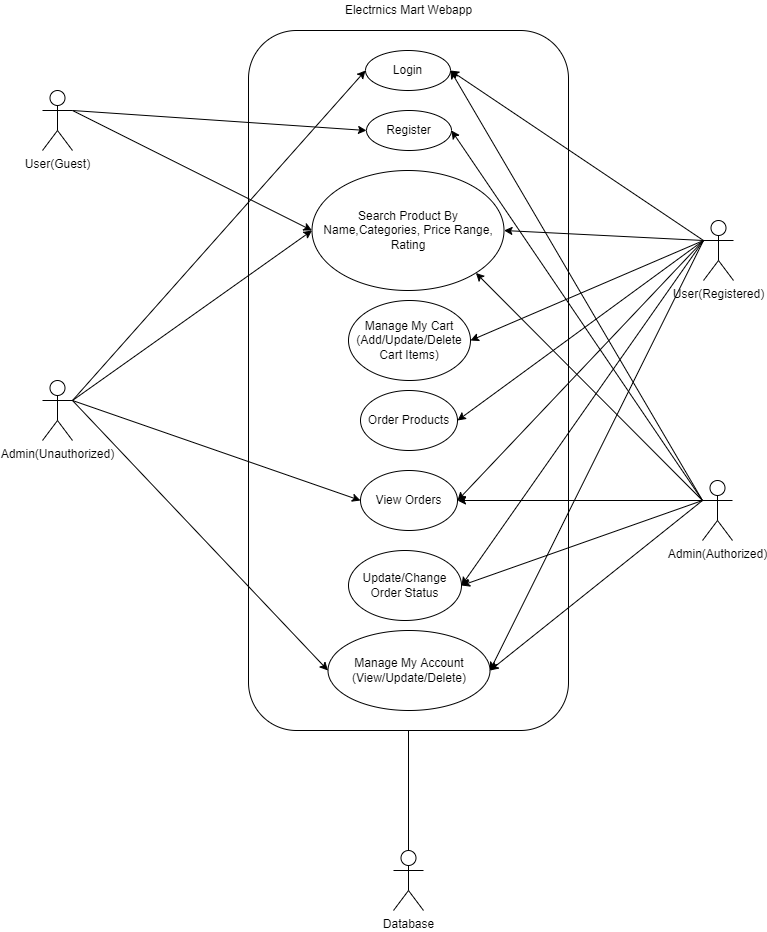
The draw.io diagram Use case diagram/UseCase v1.0.png in mohitleo03/Software-Engineering-Project-Management, before a commit. Source tidied: cells renumbered, new cells last; positions are measured from the earlier drawing's top-left corner, leaving out a move shared by most shapes.
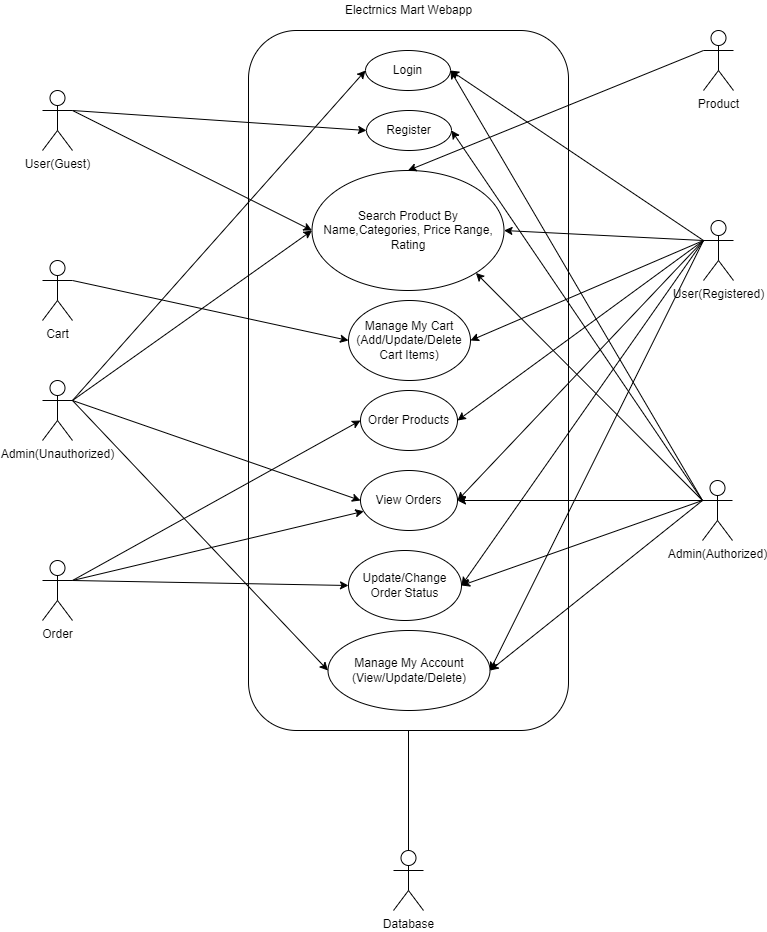
After the change.

The edit, as a diff of the source:
```diff
@@ -107,5 +107,29 @@
     <mxCell id="36" style="endArrow=none;html=1;rounded=0;entryX=0.5;entryY=1;entryDx=0;entryDy=0;exitX=0.5;exitY=0;exitDx=0;exitDy=0;exitPerimeter=0;" parent="1" edge="1" source="16" target="2">
       <mxGeometry relative="1" as="geometry" />
     </mxCell>
+    <mxCell id="37" value="Product" style="shape=umlActor;verticalLabelPosition=bottom;verticalAlign=top;html=1;outlineConnect=0;" parent="1" vertex="1">
+      <mxGeometry x="661" y="30" width="30" height="60" as="geometry" />
+    </mxCell>
+    <mxCell id="38" style="endArrow=classic;html=1;rounded=0;exitX=0;exitY=0.3333333333333333;exitDx=0;exitDy=0;exitPerimeter=0;entryX=0.5;entryY=0;entryDx=0;entryDy=0;" parent="1" edge="1" source="37" target="6">
+      <mxGeometry relative="1" as="geometry" />
+    </mxCell>
+    <mxCell id="39" value="Cart" style="shape=umlActor;verticalLabelPosition=bottom;verticalAlign=top;html=1;outlineConnect=0;" parent="1" vertex="1">
+      <mxGeometry y="260" width="30" height="60" as="geometry" />
+    </mxCell>
+    <mxCell id="40" style="endArrow=classic;html=1;rounded=0;exitX=1;exitY=0.3333333333333333;exitDx=0;exitDy=0;exitPerimeter=0;entryX=0;entryY=0.5;entryDx=0;entryDy=0;" parent="1" edge="1" source="39" target="15">
+      <mxGeometry relative="1" as="geometry" />
+    </mxCell>
+    <mxCell id="41" value="Order" style="shape=umlActor;verticalLabelPosition=bottom;verticalAlign=top;html=1;outlineConnect=0;" parent="1" vertex="1">
+      <mxGeometry y="560" width="30" height="60" as="geometry" />
+    </mxCell>
+    <mxCell id="42" style="endArrow=classic;html=1;rounded=0;exitX=1;exitY=0.3333333333333333;exitDx=0;exitDy=0;exitPerimeter=0;entryX=0;entryY=0.5;entryDx=0;entryDy=0;" parent="1" edge="1" source="41" target="11">
+      <mxGeometry relative="1" as="geometry" />
+    </mxCell>
+    <mxCell id="43" style="endArrow=classic;html=1;rounded=0;exitX=1;exitY=0.3333333333333333;exitDx=0;exitDy=0;exitPerimeter=0;" parent="1" edge="1" source="41" target="12">
+      <mxGeometry relative="1" as="geometry" />
+    </mxCell>
+    <mxCell id="44" style="endArrow=classic;html=1;rounded=0;exitX=1;exitY=0.3333333333333333;exitDx=0;exitDy=0;exitPerimeter=0;entryX=0;entryY=0.5;entryDx=0;entryDy=0;" parent="1" edge="1" source="41" target="13">
+      <mxGeometry relative="1" as="geometry" />
+    </mxCell>
   </root>
 </mxGraphModel>
```
